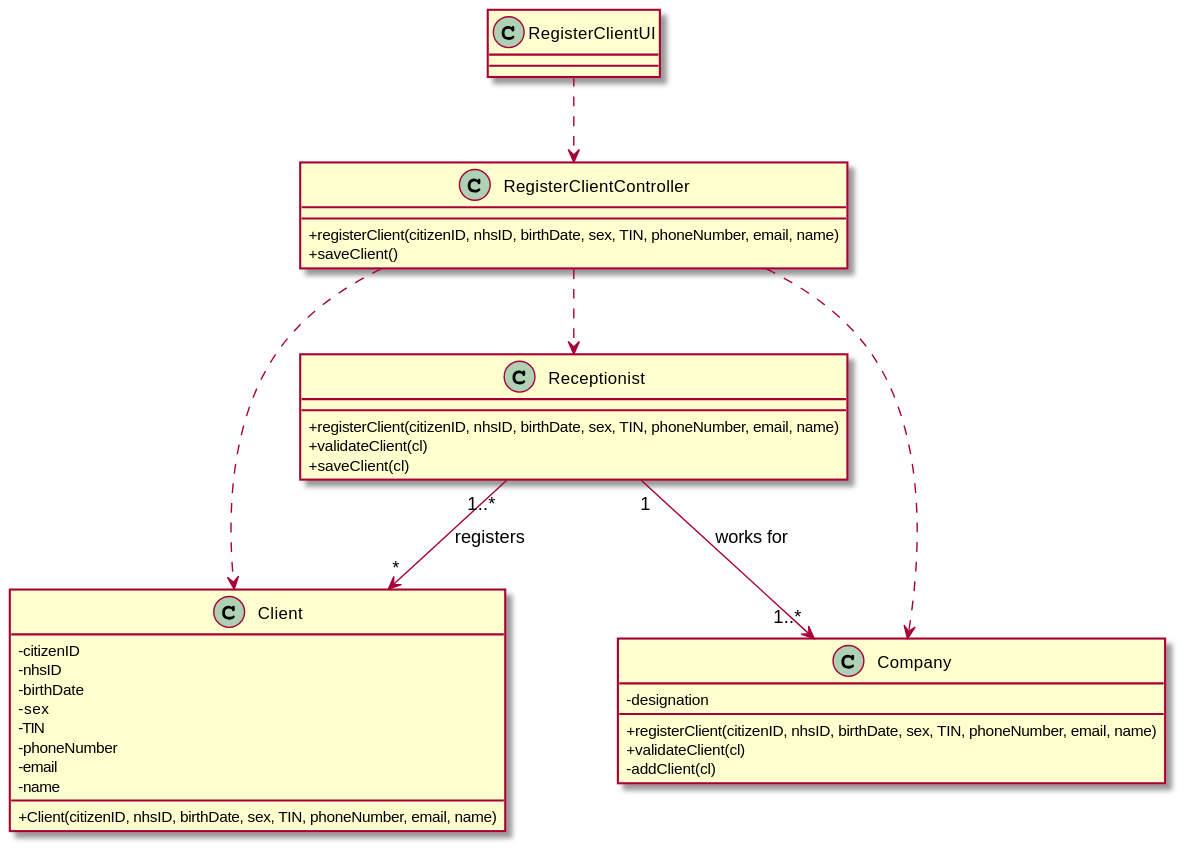
0franciscor/lei-21-s2-1de-g19 keeps this PlantUML diagram as docs/SprintB/US03/US03-CD.svg. Above is the earlier version.
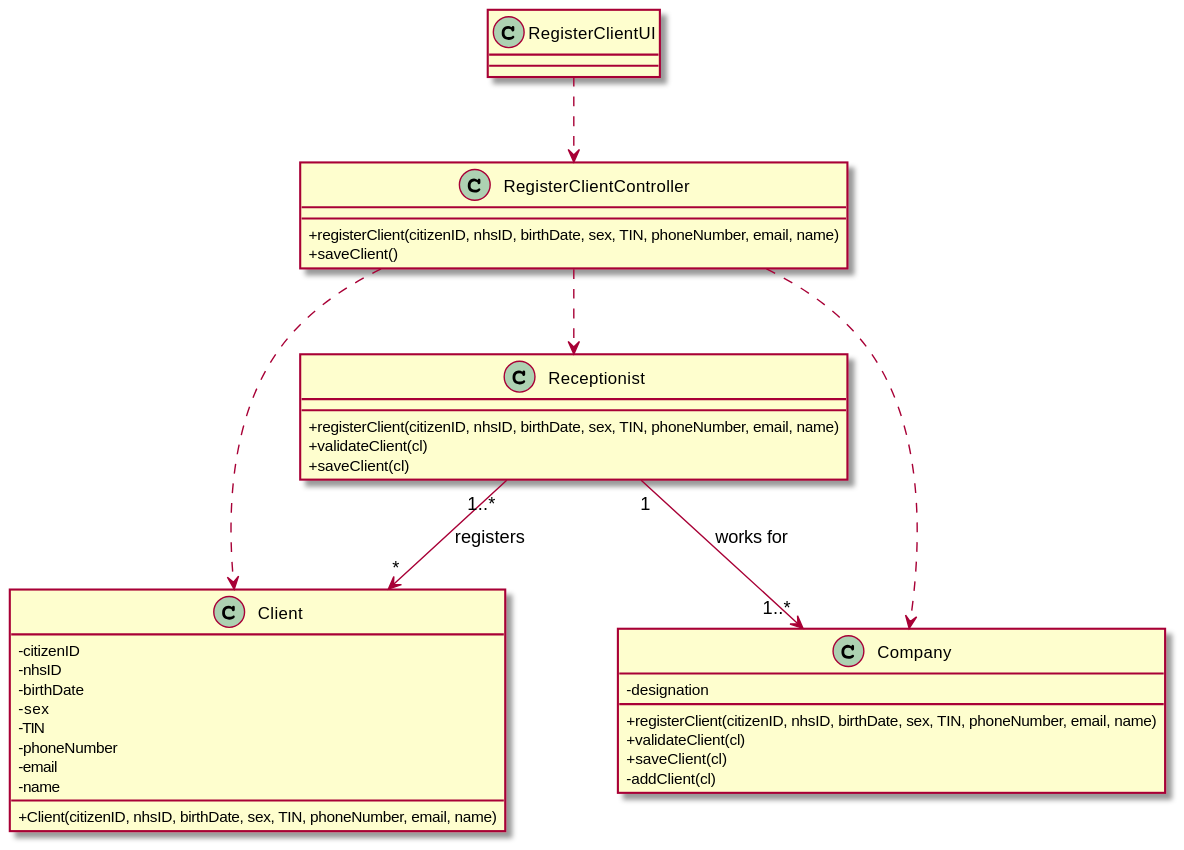
The same diagram one commit later.

The edit, as a diff of the source:
```diff
@@ -26,6 +26,7 @@
 -designation
 +registerClient(citizenID, nhsID, birthDate, sex, TIN, phoneNumber, email, name)
 +validateClient(cl)
++saveClient(cl)
 -addClient(cl)
 }
 
```
